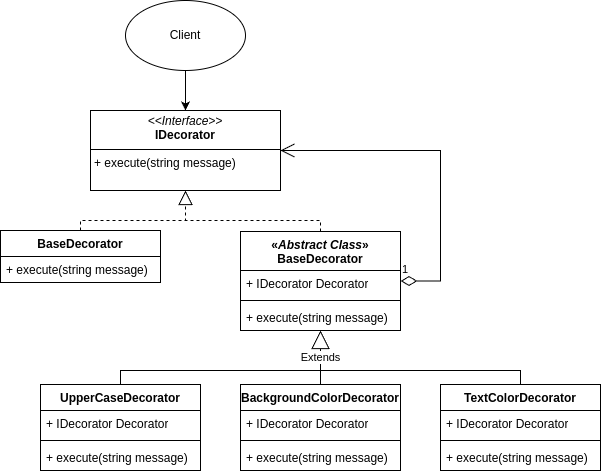
Earlier version of the draw.io export Structural/Decorator/UmlDiagram.drawio.png (shibaholic/DesignPatterns). Source tidied: cells renumbered, new cells last; positions are measured from the earlier drawing's top-left corner, leaving out a move shared by most shapes.
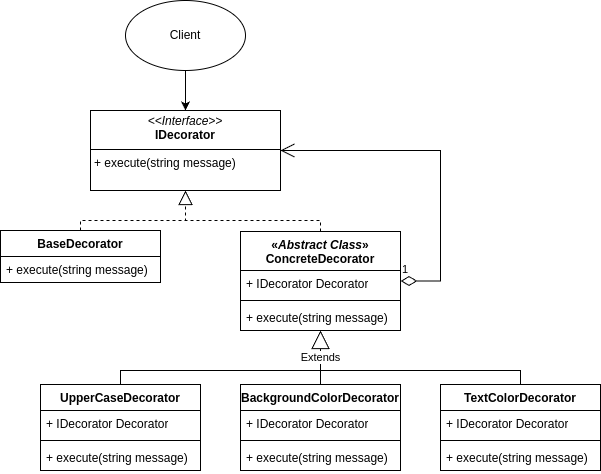
The same file after the commit.

Commit message:
fix: Decorator UmlDiagram

Change to the diagram source:
```diff
@@ -17,7 +17,7 @@
     <mxCell id="6" value="+ execute(string message)" style="text;strokeColor=none;fillColor=none;align=left;verticalAlign=top;spacingLeft=4;spacingRight=4;overflow=hidden;whiteSpace=wrap;html=1;" parent="5" vertex="1">
       <mxGeometry y="26" width="160" height="26" as="geometry" />
     </mxCell>
-    <mxCell id="7" value="&lt;div&gt;«&lt;i&gt;Abstract Class&lt;/i&gt;»&lt;/div&gt;BaseDecorator" style="swimlane;fontStyle=1;align=center;verticalAlign=top;horizontal=1;startSize=39;whiteSpace=wrap;html=1;" parent="1" vertex="1">
+    <mxCell id="7" value="&lt;div&gt;«&lt;i&gt;Abstract Class&lt;/i&gt;»&lt;/div&gt;ConcreteDecorator" style="swimlane;fontStyle=1;align=center;verticalAlign=top;horizontal=1;startSize=39;whiteSpace=wrap;html=1;" parent="1" vertex="1">
       <mxGeometry x="240" y="231" width="160" height="99" as="geometry" />
     </mxCell>
     <mxCell id="8" value="+ IDecorator Decorator" style="text;strokeColor=none;fillColor=none;align=left;verticalAlign=top;spacingLeft=4;spacingRight=4;overflow=hidden;whiteSpace=wrap;html=1;" parent="7" vertex="1">
```
